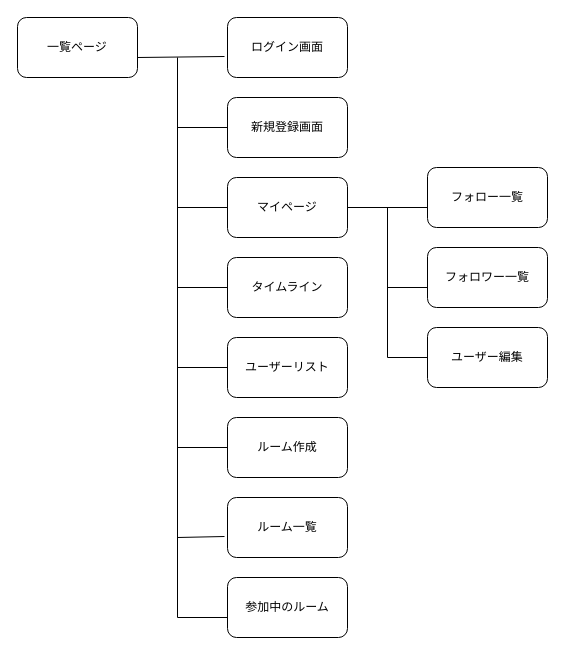
The draw.io diagram screen_transition.dio in ikasiromii28/goya, before the edit. Source tidied: cells renumbered, new cells numbered last; positions are measured from the earlier drawing's top-left corner, leaving out a move shared by most shapes. Both pictures are drawn from the tidied source at 100%, with x=0, y=0 at pixel (17, 17).
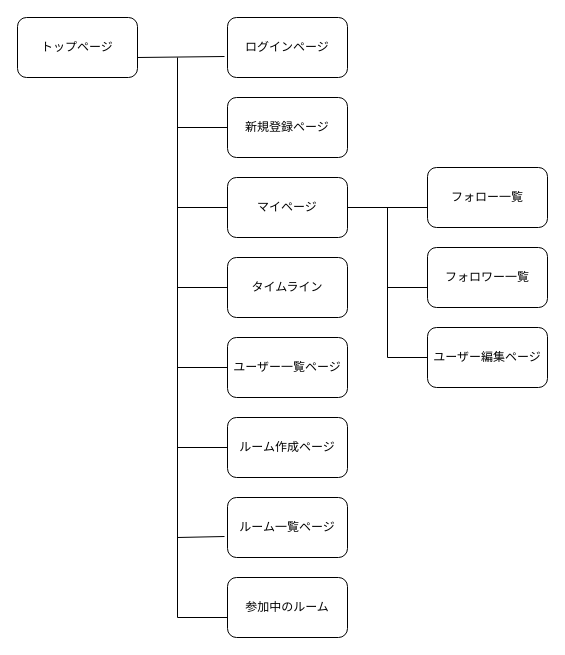
The same diagram, later.

Commit message:
遷移図の表記を修正

Diff of the diagram source:
```diff
@@
-    <mxCell id="2" value="一覧ページ" style="rounded=1;whiteSpace=wrap;html=1;" parent="1" vertex="1">
+    <mxCell id="2" value="トップページ" style="rounded=1;whiteSpace=wrap;html=1;" parent="1" vertex="1">
       <mxGeometry width="120" height="60" as="geometry" />
     </mxCell>
-    <mxCell id="3" value="ログイン画面" style="rounded=1;whiteSpace=wrap;html=1;" parent="1" vertex="1">
+    <mxCell id="3" value="ログインページ" style="rounded=1;whiteSpace=wrap;html=1;" parent="1" vertex="1">
       <mxGeometry x="210" width="120" height="60" as="geometry" />
     </mxCell>
@@
-    <mxCell id="5" value="ルーム作成" style="rounded=1;whiteSpace=wrap;html=1;" parent="1" vertex="1">
+    <mxCell id="5" value="ルーム作成ページ" style="rounded=1;whiteSpace=wrap;html=1;" parent="1" vertex="1">
       <mxGeometry x="210" y="400" width="120" height="60" as="geometry" />
     </mxCell>
-    <mxCell id="6" value="ルーム一覧" style="rounded=1;whiteSpace=wrap;html=1;" parent="1" vertex="1">
+    <mxCell id="6" value="ルーム一覧ページ" style="rounded=1;whiteSpace=wrap;html=1;" parent="1" vertex="1">
       <mxGeometry x="210" y="480" width="120" height="60" as="geometry" />
     </mxCell>
-    <mxCell id="7" value="ユーザーリスト" style="rounded=1;whiteSpace=wrap;html=1;" parent="1" vertex="1">
+    <mxCell id="7" value="ユーザー一覧ページ" style="rounded=1;whiteSpace=wrap;html=1;" parent="1" vertex="1">
       <mxGeometry x="210" y="320" width="120" height="60" as="geometry" />
     </mxCell>
@@
-    <mxCell id="10" value="新規登録画面" style="rounded=1;whiteSpace=wrap;html=1;" parent="1" vertex="1">
+    <mxCell id="10" value="新規登録ページ" style="rounded=1;whiteSpace=wrap;html=1;" parent="1" vertex="1">
       <mxGeometry x="210" y="80" width="120" height="60" as="geometry" />
     </mxCell>
-    <mxCell id="11" value="ユーザー編集" style="rounded=1;whiteSpace=wrap;html=1;" parent="1" vertex="1">
+    <mxCell id="11" value="ユーザー編集ページ" style="rounded=1;whiteSpace=wrap;html=1;" parent="1" vertex="1">
       <mxGeometry x="410" y="310" width="120" height="60" as="geometry" />
     </mxCell>
```
